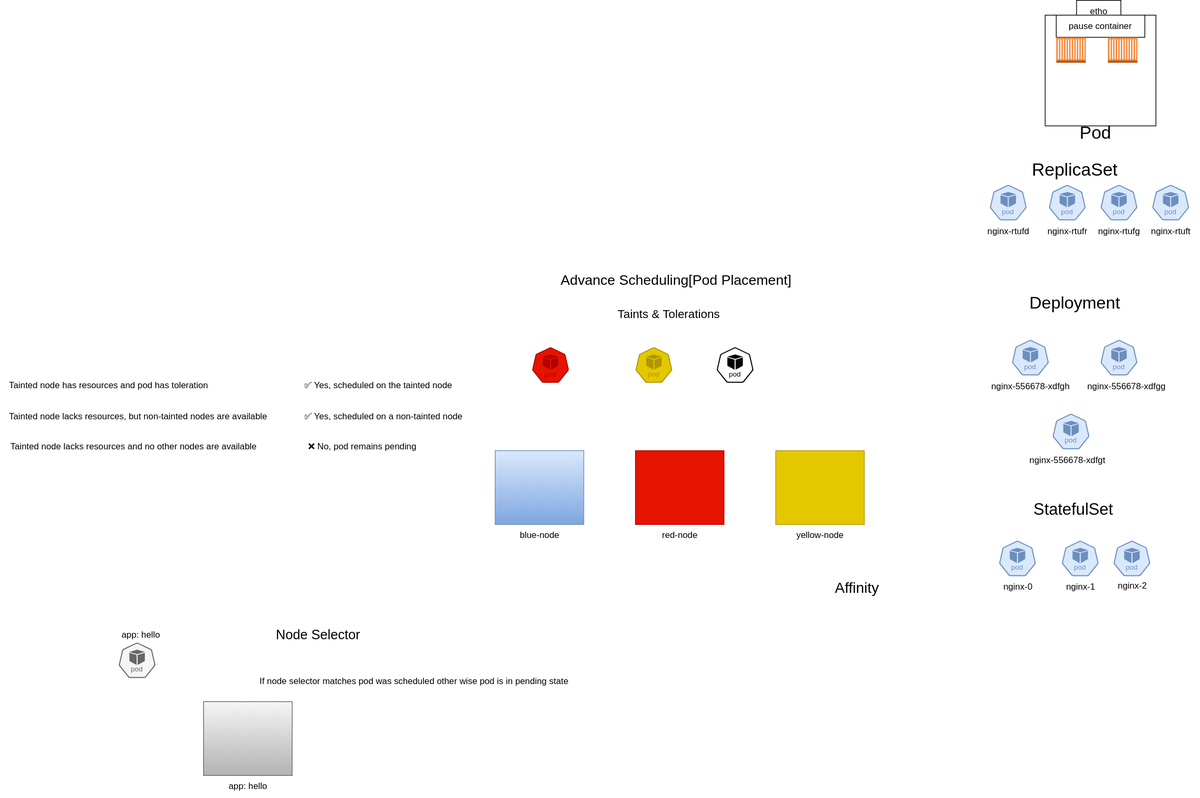
Above: svg/diagrams.drawio.svg in ullagallu-ds/my-notes (draw.io), before the change. Source tidied: cells renumbered, new cells last; positions are measured from the earlier drawing's top-left corner, leaving out a move shared by most shapes.
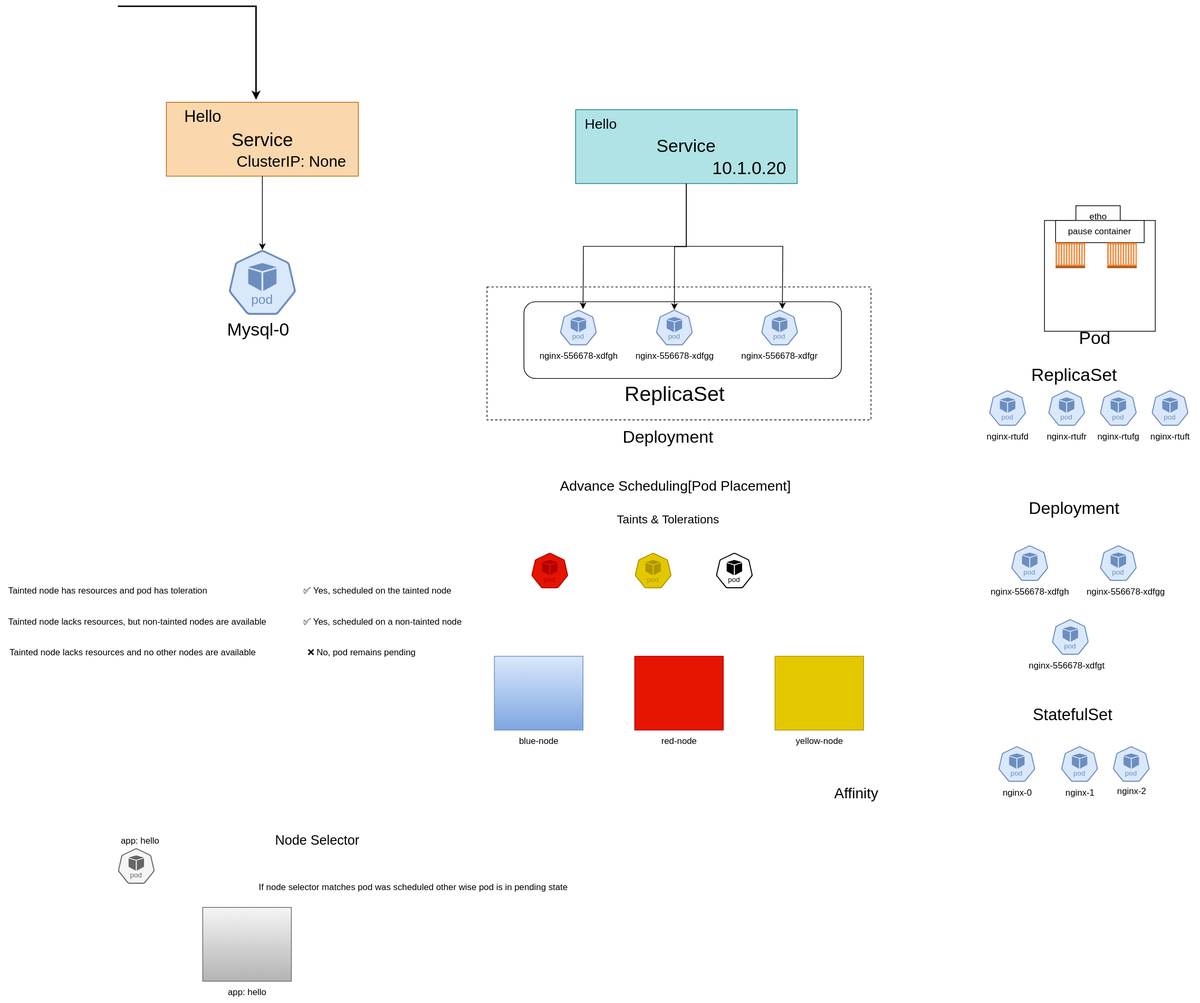
The same diagram one commit later.

What changed in the source:
```diff
@@ -161,5 +161,84 @@
     <mxCell id="54" value="If node selector matches pod was scheduled other wise pod is in pending state" style="text;html=1;align=center;verticalAlign=middle;strokeColor=none;fillColor=none;" parent="1" vertex="1">
       <mxGeometry x="340" y="908" width="440" height="30" as="geometry" />
     </mxCell>
+    <mxCell id="55" style="edgeStyle=orthogonalEdgeStyle;rounded=0;jettySize=auto;html=1;" parent="1" edge="1" source="57">
+      <mxGeometry relative="1" as="geometry">
+        <mxPoint x="790" y="140" as="targetPoint" />
+      </mxGeometry>
+    </mxCell>
+    <mxCell id="56" style="edgeStyle=orthogonalEdgeStyle;rounded=0;jettySize=auto;html=1;" parent="1" edge="1" source="57">
+      <mxGeometry relative="1" as="geometry">
+        <mxPoint x="1060" y="140" as="targetPoint" />
+      </mxGeometry>
+    </mxCell>
+    <mxCell id="57" value="&lt;span style=&quot;font-size: 24px;&quot;&gt;Service&lt;/span&gt;" style="rounded=0;whiteSpace=wrap;html=1;fillColor=#b0e3e6;strokeColor=#0e8088;" parent="1" vertex="1">
+      <mxGeometry x="780" y="-130" width="300" height="100" as="geometry" />
+    </mxCell>
+    <mxCell id="58" style="sketch=0;html=1;dashed=0;whitespace=wrap;verticalLabelPosition=bottom;verticalAlign=top;fillColor=#dae8fc;strokeColor=#6c8ebf;shape=mxgraph.kubernetes.icon2;kubernetesLabel=1;prIcon=pod;gradientColor=#7ea6e0;" parent="1" vertex="1">
+      <mxGeometry x="758.8" y="141" width="50" height="48" as="geometry" />
+    </mxCell>
+    <mxCell id="59" value="nginx-556678-xdfgh" style="text;html=1;align=center;verticalAlign=middle;strokeColor=none;fillColor=none;" parent="1" vertex="1">
+      <mxGeometry x="718.8" y="189" width="130" height="30" as="geometry" />
+    </mxCell>
+    <mxCell id="60" style="sketch=0;html=1;dashed=0;whitespace=wrap;verticalLabelPosition=bottom;verticalAlign=top;fillColor=#dae8fc;strokeColor=#6c8ebf;points=[[0.005,0.63,0],[0.1,0.2,0],[0.9,0.2,0],[0.5,0,0],[0.995,0.63,0],[0.72,0.99,0],[0.5,1,0],[0.28,0.99,0]];shape=mxgraph.kubernetes.icon2;kubernetesLabel=1;prIcon=pod;gradientColor=#7ea6e0;" parent="1" vertex="1">
+      <mxGeometry x="888.8" y="141" width="50" height="48" as="geometry" />
+    </mxCell>
+    <mxCell id="61" value="nginx-556678-xdfgg" style="text;html=1;align=center;verticalAlign=middle;strokeColor=none;fillColor=none;" parent="1" vertex="1">
+      <mxGeometry x="848.8" y="189" width="130" height="30" as="geometry" />
+    </mxCell>
+    <mxCell id="62" style="sketch=0;html=1;dashed=0;whitespace=wrap;verticalLabelPosition=bottom;verticalAlign=top;fillColor=#dae8fc;strokeColor=#6c8ebf;shape=mxgraph.kubernetes.icon2;kubernetesLabel=1;prIcon=pod;gradientColor=#7ea6e0;" parent="1" vertex="1">
+      <mxGeometry x="1031.2" y="141" width="50" height="48" as="geometry" />
+    </mxCell>
+    <mxCell id="63" value="nginx-556678-xdfgr" style="text;html=1;align=center;verticalAlign=middle;strokeColor=none;fillColor=none;" parent="1" vertex="1">
+      <mxGeometry x="991.2" y="189" width="130" height="30" as="geometry" />
+    </mxCell>
+    <mxCell id="64" style="edgeStyle=orthogonalEdgeStyle;rounded=0;jettySize=auto;html=1;entryX=0.5;entryY=0;entryDx=0;entryDy=0;entryPerimeter=0;" parent="1" edge="1" source="57" target="60">
+      <mxGeometry relative="1" as="geometry" />
+    </mxCell>
+    <mxCell id="65" style="rounded=1;whiteSpace=wrap;html=1;fillColor=none;" parent="1" vertex="1">
+      <mxGeometry x="710" y="130" width="430" height="104" as="geometry" />
+    </mxCell>
+    <mxCell id="66" value="&lt;font style=&quot;font-size: 28px;&quot;&gt;ReplicaSet&lt;/font&gt;" style="text;html=1;align=center;verticalAlign=middle;strokeColor=none;fillColor=none;" parent="1" vertex="1">
+      <mxGeometry x="833.8" y="230" width="160" height="50" as="geometry" />
+    </mxCell>
+    <mxCell id="67" style="rounded=0;whiteSpace=wrap;html=1;fillColor=none;dashed=1;" parent="1" vertex="1">
+      <mxGeometry x="660" y="110" width="520" height="180" as="geometry" />
+    </mxCell>
+    <mxCell id="68" value="&lt;font style=&quot;font-size: 23px;&quot;&gt;Deployment&lt;/font&gt;" style="text;html=1;align=center;verticalAlign=middle;strokeColor=none;fillColor=none;" parent="1" vertex="1">
+      <mxGeometry x="830" y="293" width="150" height="40" as="geometry" />
+    </mxCell>
+    <mxCell id="69" value="&lt;font style=&quot;font-size: 24px;&quot;&gt;10.1.0.20&lt;/font&gt;" style="text;html=1;align=center;verticalAlign=middle;strokeColor=none;fillColor=none;" parent="1" vertex="1">
+      <mxGeometry x="955" y="-70" width="120" height="40" as="geometry" />
+    </mxCell>
+    <mxCell id="70" value="&lt;font style=&quot;font-size: 19px;&quot;&gt;Hello&lt;/font&gt;" style="text;html=1;align=center;verticalAlign=middle;strokeColor=none;fillColor=none;" parent="1" vertex="1">
+      <mxGeometry x="778.8" y="-130" width="70" height="40" as="geometry" />
+    </mxCell>
+    <mxCell id="71" value="&lt;font style=&quot;font-size: 25px;&quot;&gt;Service&lt;/font&gt;" style="rounded=0;whiteSpace=wrap;html=1;fillColor=#fad7ac;strokeColor=#b46504;" parent="1" vertex="1">
+      <mxGeometry x="225.7" y="-140" width="260" height="100" as="geometry" />
+    </mxCell>
+    <mxCell id="72" value="&lt;font style=&quot;font-size: 22px;&quot;&gt;Hello&lt;/font&gt;" style="text;html=1;align=center;verticalAlign=middle;strokeColor=none;fillColor=none;" parent="1" vertex="1">
+      <mxGeometry x="240" y="-140" width="70" height="40" as="geometry" />
+    </mxCell>
+    <mxCell id="73" value="&lt;font style=&quot;font-size: 21px;&quot;&gt;ClusterIP: None&lt;/font&gt;" style="text;html=1;align=center;verticalAlign=middle;strokeColor=none;fillColor=none;" parent="1" vertex="1">
+      <mxGeometry x="310" y="-80" width="170" height="40" as="geometry" />
+    </mxCell>
+    <mxCell id="74" style="sketch=0;html=1;dashed=0;whitespace=wrap;verticalLabelPosition=bottom;verticalAlign=top;fillColor=#dae8fc;strokeColor=#6c8ebf;points=[[0.005,0.63,0],[0.1,0.2,0],[0.9,0.2,0],[0.5,0,0],[0.995,0.63,0],[0.72,0.99,0],[0.5,1,0],[0.28,0.99,0]];shape=mxgraph.kubernetes.icon2;kubernetesLabel=1;prIcon=pod;gradientColor=#7ea6e0;" parent="1" vertex="1">
+      <mxGeometry x="310" y="60" width="91.5" height="87.8" as="geometry" />
+    </mxCell>
+    <mxCell id="75" value="&lt;span style=&quot;font-size: 24px;&quot;&gt;Mysql-0&lt;/span&gt;" style="text;html=1;align=center;verticalAlign=middle;strokeColor=none;fillColor=none;" parent="1" vertex="1">
+      <mxGeometry x="295" y="147.8" width="110" height="40" as="geometry" />
+    </mxCell>
+    <mxCell id="76" style="edgeStyle=orthogonalEdgeStyle;rounded=0;jettySize=auto;html=1;entryX=0.5;entryY=0;entryDx=0;entryDy=0;entryPerimeter=0;" parent="1" edge="1" source="71" target="74">
+      <mxGeometry relative="1" as="geometry" />
+    </mxCell>
+    <mxCell id="77" style="edgeStyle=orthogonalEdgeStyle;rounded=0;jettySize=auto;html=1;strokeWidth=2;entryX=0.467;entryY=-0.035;entryDx=0;entryDy=0;entryPerimeter=0;" parent="1" edge="1" target="71">
+      <mxGeometry relative="1" as="geometry">
+        <mxPoint x="160" y="-270" as="sourcePoint" />
+        <Array as="points">
+          <mxPoint x="160" y="-270" />
+          <mxPoint x="347" y="-270" />
+        </Array>
+      </mxGeometry>
+    </mxCell>
   </root>
 </mxGraphModel>
```
